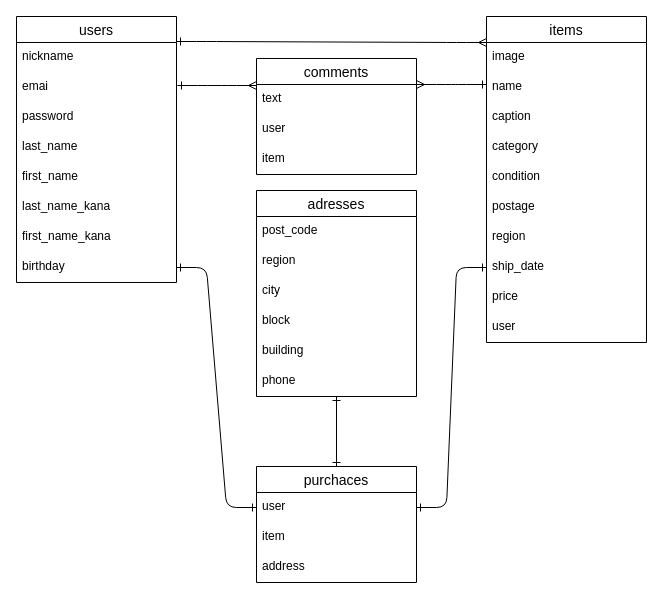
Before: furima.dio in ngkwdsk/furima-40473, a draw.io diagram. Source tidied: cells renumbered, new cells numbered last; positions are measured from the earlier drawing's top-left corner, leaving out a move shared by most shapes. Both pictures are drawn from the tidied source at 100%, with x=0, y=0 at pixel (16, 16).
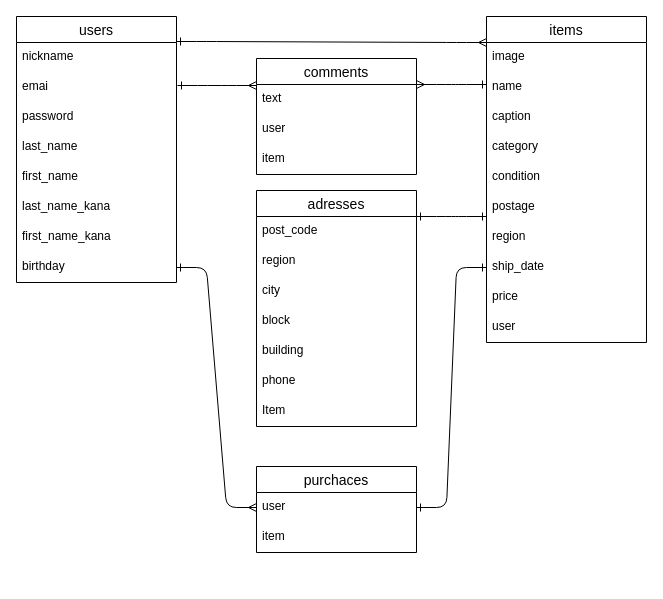
The same page after the edit.

Commit message (it also covers changes not shown here):
アイソレーションの修正

Unchanged cells that the change refers to:
```xml
<mxCell id="10" value="birthday" style="text;strokeColor=none;fillColor=none;spacingLeft=4;spacingRight=4;overflow=hidden;points=[[0,0.5],[1,0.5]];portConstraint=eastwest;fontSize=12;" parent="2" vertex="1">
  <mxGeometry y="236" width="160" height="30" as="geometry" />
</mxCell>
<mxCell id="38" value="user" style="text;strokeColor=none;fillColor=none;spacingLeft=4;spacingRight=4;overflow=hidden;points=[[0,0.5],[1,0.5]];portConstraint=eastwest;fontSize=12;" parent="37" vertex="1">
  <mxGeometry y="26" width="160" height="30" as="geometry" />
</mxCell>
```

Change to the diagram source:
```diff
@@
-    <mxCell id="29" style="edgeStyle=none;html=1;entryX=0.5;entryY=0;entryDx=0;entryDy=0;endArrow=ERone;endFill=0;startArrow=ERone;startFill=0;" parent="1" edge="1" source="30" target="37">
-      <mxGeometry relative="1" as="geometry" />
-    </mxCell>
     <mxCell id="30" value="adresses" style="swimlane;fontStyle=0;horizontal=1;startSize=26;align=center;fontSize=14;" parent="1" vertex="1">
-      <mxGeometry x="240" y="174" width="160" height="206" as="geometry" />
+      <mxGeometry x="240" y="174" width="160" height="236" as="geometry" />
     </mxCell>
@@
+    <mxCell id="43" value="Item" style="text;strokeColor=none;fillColor=none;spacingLeft=4;spacingRight=4;overflow=hidden;fontSize=12;" parent="30" vertex="1">
+      <mxGeometry y="206" width="160" height="30" as="geometry" />
+    </mxCell>
     <mxCell id="37" value="purchaces" style="swimlane;fontStyle=0;horizontal=1;startSize=26;align=center;fontSize=14;" parent="1" vertex="1">
-      <mxGeometry x="240" y="450" width="160" height="116" as="geometry" />
+      <mxGeometry x="240" y="450" width="160" height="86" as="geometry" />
     </mxCell>
@@
-    <mxCell id="40" value="address" style="text;strokeColor=none;fillColor=none;spacingLeft=4;spacingRight=4;overflow=hidden;fontSize=12;" parent="37" vertex="1">
-      <mxGeometry y="86" width="160" height="30" as="geometry" />
-    </mxCell>
-    <mxCell id="41" style="edgeStyle=entityRelationEdgeStyle;fontSize=12;html=1;endArrow=ERone;startArrow=ERone;startFill=0;endFill=0;entryX=0;entryY=0.5;entryDx=0;entryDy=0;exitX=1;exitY=0.5;exitDx=0;exitDy=0;" parent="1" edge="1" source="10" target="38">
+    <mxCell id="41" style="edgeStyle=entityRelationEdgeStyle;fontSize=12;html=1;endArrow=ERmany;startArrow=ERone;startFill=0;endFill=0;entryX=0;entryY=0.5;entryDx=0;entryDy=0;exitX=1;exitY=0.5;exitDx=0;exitDy=0;" parent="1" edge="1" source="10" target="38">
       <mxGeometry relative="1" as="geometry" />
     </mxCell>
@@
+    <mxCell id="44" style="edgeStyle=entityRelationEdgeStyle;fontSize=12;html=1;endArrow=ERone;startArrow=ERone;startFill=0;endFill=0;" parent="1" edge="1">
+      <mxGeometry relative="1" as="geometry">
+        <mxPoint x="400" y="200" as="sourcePoint" />
+        <mxPoint x="470" y="200" as="targetPoint" />
+      </mxGeometry>
+    </mxCell>
```
